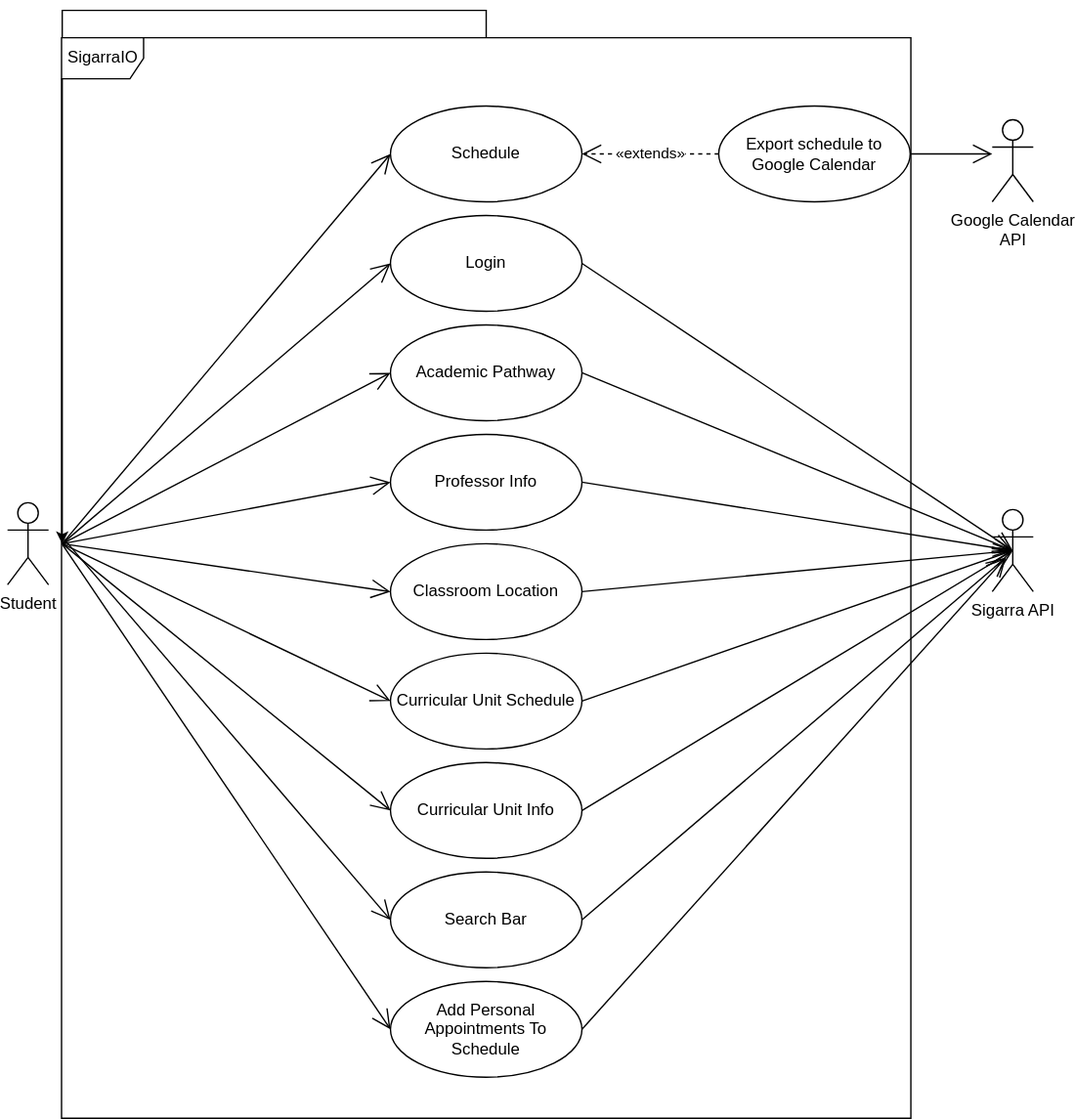
The draw.io diagram docs/diagrams/use-case2.svg in LEIC-ES-2021-22/2LEIC15T1, before a commit. Source tidied: cells renumbered, new cells last; positions are measured from the earlier drawing's top-left corner, leaving out a move shared by most shapes. The source it was exported from:
```xml
<mxGraphModel>
  <root>
    <mxCell id="0" />
    <mxCell id="1" parent="0" />
    <mxCell id="2" style="edgeStyle=orthogonalEdgeStyle;rounded=0;jettySize=auto;html=1;" parent="1" edge="1" source="3">
      <mxGeometry relative="1" as="geometry">
        <mxPoint x="40" y="370" as="targetPoint" />
      </mxGeometry>
    </mxCell>
    <mxCell id="3" value="SigarraIO" style="shape=umlFrame;whiteSpace=wrap;html=1;width=60;height=30;" parent="1" vertex="1">
      <mxGeometry x="39.5" width="621" height="790" as="geometry" />
    </mxCell>
    <mxCell id="4" value="Student&lt;br&gt;" style="shape=umlActor;verticalLabelPosition=bottom;verticalAlign=top;html=1;" parent="1" vertex="1">
      <mxGeometry y="340" width="30" height="60" as="geometry" />
    </mxCell>
    <mxCell id="5" value="Login" style="ellipse;whiteSpace=wrap;html=1;" parent="1" vertex="1">
      <mxGeometry x="280" y="130" width="140" height="70" as="geometry" />
    </mxCell>
    <mxCell id="6" value="Schedule" style="ellipse;whiteSpace=wrap;html=1;" parent="1" vertex="1">
      <mxGeometry x="280" y="50" width="140" height="70" as="geometry" />
    </mxCell>
    <mxCell id="7" value="Academic Pathway" style="ellipse;whiteSpace=wrap;html=1;" parent="1" vertex="1">
      <mxGeometry x="280" y="210" width="140" height="70" as="geometry" />
    </mxCell>
    <mxCell id="8" value="Professor Info" style="ellipse;whiteSpace=wrap;html=1;" parent="1" vertex="1">
      <mxGeometry x="280" y="290" width="140" height="70" as="geometry" />
    </mxCell>
    <mxCell id="9" value="Classroom Location" style="ellipse;whiteSpace=wrap;html=1;" parent="1" vertex="1">
      <mxGeometry x="280" y="370" width="140" height="70" as="geometry" />
    </mxCell>
    <mxCell id="10" value="Curricular Unit Schedule" style="ellipse;whiteSpace=wrap;html=1;" parent="1" vertex="1">
      <mxGeometry x="280" y="450" width="140" height="70" as="geometry" />
    </mxCell>
    <mxCell id="11" value="Curricular Unit Info" style="ellipse;whiteSpace=wrap;html=1;" parent="1" vertex="1">
      <mxGeometry x="280" y="530" width="140" height="70" as="geometry" />
    </mxCell>
    <mxCell id="12" value="Export schedule to Google Calendar" style="ellipse;whiteSpace=wrap;html=1;" parent="1" vertex="1">
      <mxGeometry x="520" y="50" width="140" height="70" as="geometry" />
    </mxCell>
    <mxCell id="13" value="Google Calendar&lt;br&gt;API&lt;br&gt;" style="shape=umlActor;verticalLabelPosition=bottom;verticalAlign=top;html=1;" parent="1" vertex="1">
      <mxGeometry x="720" y="60" width="30" height="60" as="geometry" />
    </mxCell>
    <mxCell id="14" value="Sigarra API" style="shape=umlActor;verticalLabelPosition=bottom;verticalAlign=top;html=1;" parent="1" vertex="1">
      <mxGeometry x="720" y="345" width="30" height="60" as="geometry" />
    </mxCell>
    <mxCell id="15" style="endArrow=open;endFill=1;endSize=12;html=1;rounded=0;entryX=0;entryY=0.5;entryDx=0;entryDy=0;" parent="1" edge="1" target="5">
      <mxGeometry relative="1" as="geometry">
        <mxPoint x="40" y="370" as="sourcePoint" />
      </mxGeometry>
    </mxCell>
    <mxCell id="16" style="endArrow=open;endFill=1;endSize=12;html=1;rounded=0;entryX=0;entryY=0.5;entryDx=0;entryDy=0;" parent="1" edge="1" target="6">
      <mxGeometry relative="1" as="geometry">
        <mxPoint x="40" y="370" as="sourcePoint" />
      </mxGeometry>
    </mxCell>
    <mxCell id="17" style="endArrow=open;endFill=1;endSize=12;html=1;rounded=0;entryX=0;entryY=0.5;entryDx=0;entryDy=0;" parent="1" edge="1" target="7">
      <mxGeometry relative="1" as="geometry">
        <mxPoint x="40" y="370" as="sourcePoint" />
      </mxGeometry>
    </mxCell>
    <mxCell id="18" style="endArrow=open;endFill=1;endSize=12;html=1;rounded=0;entryX=0;entryY=0.5;entryDx=0;entryDy=0;" parent="1" edge="1" target="8">
      <mxGeometry relative="1" as="geometry">
        <mxPoint x="40" y="370" as="sourcePoint" />
      </mxGeometry>
    </mxCell>
    <mxCell id="19" style="endArrow=open;endFill=1;endSize=12;html=1;rounded=0;entryX=0;entryY=0.5;entryDx=0;entryDy=0;" parent="1" edge="1" target="9">
      <mxGeometry relative="1" as="geometry">
        <mxPoint x="40" y="370" as="sourcePoint" />
      </mxGeometry>
    </mxCell>
    <mxCell id="20" style="endArrow=open;endFill=1;endSize=12;html=1;rounded=0;entryX=0;entryY=0.5;entryDx=0;entryDy=0;" parent="1" edge="1" target="10">
      <mxGeometry relative="1" as="geometry">
        <mxPoint x="40" y="370" as="sourcePoint" />
      </mxGeometry>
    </mxCell>
    <mxCell id="21" style="endArrow=open;endFill=1;endSize=12;html=1;rounded=0;entryX=0;entryY=0.5;entryDx=0;entryDy=0;" parent="1" edge="1" target="11">
      <mxGeometry relative="1" as="geometry">
        <mxPoint x="40" y="370" as="sourcePoint" />
      </mxGeometry>
    </mxCell>
    <mxCell id="22" style="endArrow=open;endFill=1;endSize=12;html=1;rounded=0;exitX=1;exitY=0.5;exitDx=0;exitDy=0;entryX=0.5;entryY=0.5;entryDx=0;entryDy=0;entryPerimeter=0;" parent="1" edge="1" source="8" target="14">
      <mxGeometry relative="1" as="geometry" />
    </mxCell>
    <mxCell id="23" style="endArrow=open;endFill=1;endSize=12;html=1;rounded=0;exitX=1;exitY=0.5;exitDx=0;exitDy=0;entryX=0.5;entryY=0.5;entryDx=0;entryDy=0;entryPerimeter=0;" parent="1" edge="1" source="9" target="14">
      <mxGeometry relative="1" as="geometry" />
    </mxCell>
    <mxCell id="24" style="endArrow=open;endFill=1;endSize=12;html=1;rounded=0;exitX=1;exitY=0.5;exitDx=0;exitDy=0;entryX=0.5;entryY=0.5;entryDx=0;entryDy=0;entryPerimeter=0;" parent="1" edge="1" source="10" target="14">
      <mxGeometry relative="1" as="geometry" />
    </mxCell>
    <mxCell id="25" style="endArrow=open;endFill=1;endSize=12;html=1;rounded=0;exitX=1;exitY=0.5;exitDx=0;exitDy=0;entryX=0.5;entryY=0.5;entryDx=0;entryDy=0;entryPerimeter=0;" parent="1" edge="1" source="11" target="14">
      <mxGeometry relative="1" as="geometry" />
    </mxCell>
    <mxCell id="26" style="endArrow=open;endFill=1;endSize=12;html=1;rounded=0;exitX=1;exitY=0.5;exitDx=0;exitDy=0;entryX=0.5;entryY=0.5;entryDx=0;entryDy=0;entryPerimeter=0;" parent="1" edge="1" source="7" target="14">
      <mxGeometry relative="1" as="geometry" />
    </mxCell>
    <mxCell id="27" style="endArrow=open;endFill=1;endSize=12;html=1;rounded=0;exitX=1;exitY=0.5;exitDx=0;exitDy=0;entryX=0.5;entryY=0.5;entryDx=0;entryDy=0;entryPerimeter=0;" parent="1" edge="1" source="5" target="14">
      <mxGeometry relative="1" as="geometry" />
    </mxCell>
    <mxCell id="28" style="endArrow=open;endFill=1;endSize=12;html=1;rounded=0;exitX=1;exitY=0.5;exitDx=0;exitDy=0;" parent="1" edge="1" source="12">
      <mxGeometry relative="1" as="geometry">
        <mxPoint x="720" y="85" as="targetPoint" />
      </mxGeometry>
    </mxCell>
    <mxCell id="29" value="«extends»" style="endArrow=open;endSize=12;dashed=1;html=1;rounded=0;entryX=1;entryY=0.5;entryDx=0;entryDy=0;exitX=0;exitY=0.5;exitDx=0;exitDy=0;" parent="1" edge="1" source="12" target="6">
      <mxGeometry relative="1" as="geometry" />
    </mxCell>
    <mxCell id="30" style="endArrow=open;endFill=1;endSize=12;html=1;rounded=0;entryX=0;entryY=0.5;entryDx=0;entryDy=0;exitX=0.003;exitY=0.464;exitDx=0;exitDy=0;exitPerimeter=0;" parent="1" edge="1" source="3" target="32">
      <mxGeometry relative="1" as="geometry" />
    </mxCell>
    <mxCell id="31" style="endArrow=open;endFill=1;endSize=12;html=1;rounded=0;entryX=0;entryY=0.5;entryDx=0;entryDy=0;exitX=0.001;exitY=0.469;exitDx=0;exitDy=0;exitPerimeter=0;" parent="1" edge="1" source="3" target="33">
      <mxGeometry relative="1" as="geometry" />
    </mxCell>
    <mxCell id="32" value="Search Bar" style="ellipse;whiteSpace=wrap;html=1;" parent="1" vertex="1">
      <mxGeometry x="280" y="610" width="140" height="70" as="geometry" />
    </mxCell>
    <mxCell id="33" value="Add Personal Appointments To Schedule" style="ellipse;whiteSpace=wrap;html=1;" parent="1" vertex="1">
      <mxGeometry x="280" y="690" width="140" height="70" as="geometry" />
    </mxCell>
    <mxCell id="34" style="endArrow=open;endFill=1;endSize=12;html=1;rounded=0;exitX=1;exitY=0.5;exitDx=0;exitDy=0;" parent="1" edge="1" source="32">
      <mxGeometry relative="1" as="geometry">
        <mxPoint x="730" y="380" as="targetPoint" />
      </mxGeometry>
    </mxCell>
    <mxCell id="35" style="endArrow=open;endFill=1;endSize=12;html=1;rounded=0;exitX=1;exitY=0.5;exitDx=0;exitDy=0;" parent="1" edge="1" source="33">
      <mxGeometry relative="1" as="geometry">
        <mxPoint x="730" y="380" as="targetPoint" />
      </mxGeometry>
    </mxCell>
  </root>
</mxGraphModel>
```
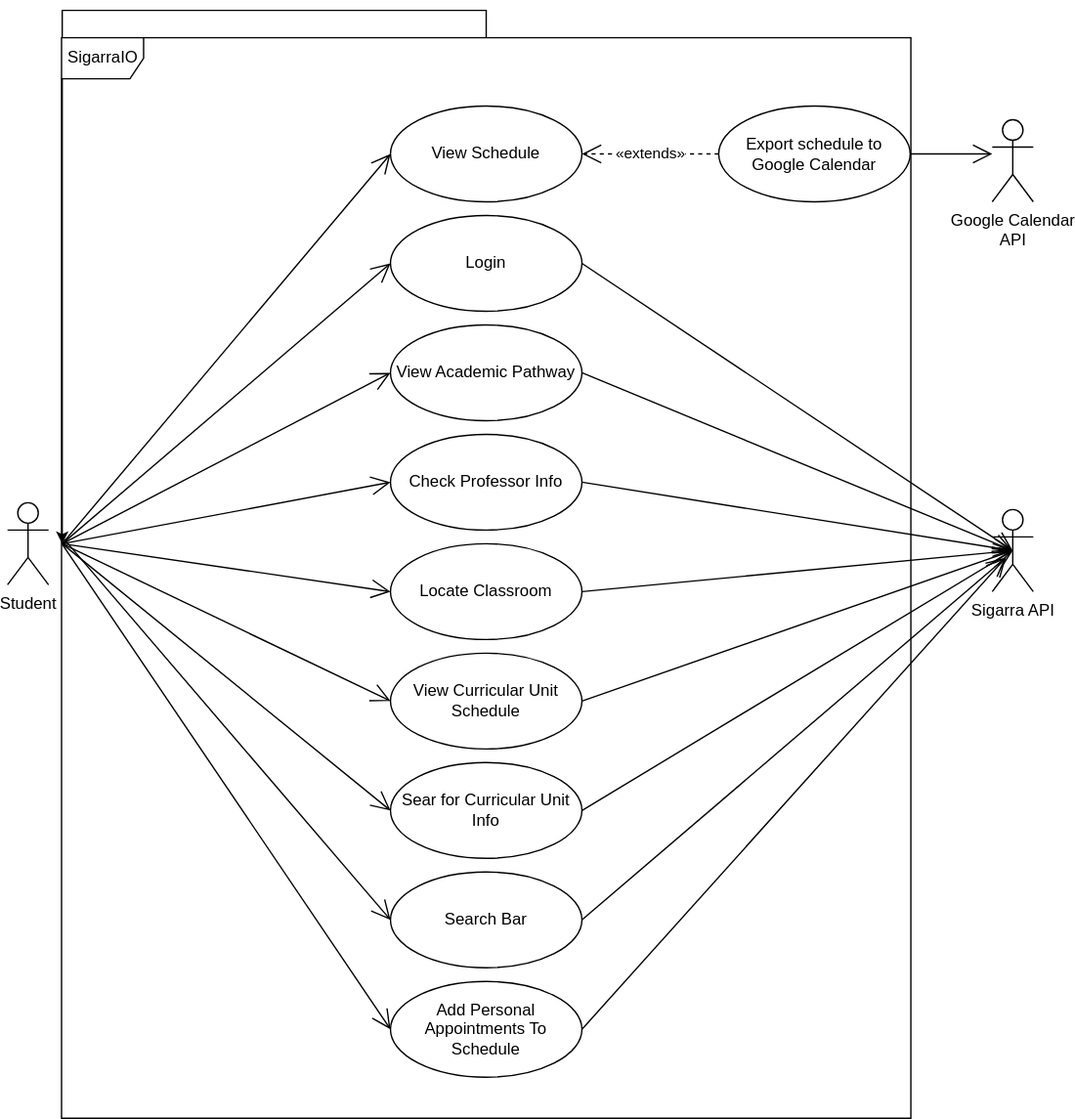
The same file after the commit.

Diff of the diagram source:
```diff
@@ -16,22 +16,22 @@
     <mxCell id="5" value="Login" style="ellipse;whiteSpace=wrap;html=1;" parent="1" vertex="1">
       <mxGeometry x="280" y="130" width="140" height="70" as="geometry" />
     </mxCell>
-    <mxCell id="6" value="Schedule" style="ellipse;whiteSpace=wrap;html=1;" parent="1" vertex="1">
+    <mxCell id="6" value="View Schedule" style="ellipse;whiteSpace=wrap;html=1;" parent="1" vertex="1">
       <mxGeometry x="280" y="50" width="140" height="70" as="geometry" />
     </mxCell>
-    <mxCell id="7" value="Academic Pathway" style="ellipse;whiteSpace=wrap;html=1;" parent="1" vertex="1">
+    <mxCell id="7" value="View Academic Pathway" style="ellipse;whiteSpace=wrap;html=1;" parent="1" vertex="1">
       <mxGeometry x="280" y="210" width="140" height="70" as="geometry" />
     </mxCell>
-    <mxCell id="8" value="Professor Info" style="ellipse;whiteSpace=wrap;html=1;" parent="1" vertex="1">
+    <mxCell id="8" value="Check Professor Info" style="ellipse;whiteSpace=wrap;html=1;" parent="1" vertex="1">
       <mxGeometry x="280" y="290" width="140" height="70" as="geometry" />
     </mxCell>
-    <mxCell id="9" value="Classroom Location" style="ellipse;whiteSpace=wrap;html=1;" parent="1" vertex="1">
+    <mxCell id="9" value="Locate Classroom" style="ellipse;whiteSpace=wrap;html=1;" parent="1" vertex="1">
       <mxGeometry x="280" y="370" width="140" height="70" as="geometry" />
     </mxCell>
-    <mxCell id="10" value="Curricular Unit Schedule" style="ellipse;whiteSpace=wrap;html=1;" parent="1" vertex="1">
+    <mxCell id="10" value="View Curricular Unit Schedule" style="ellipse;whiteSpace=wrap;html=1;" parent="1" vertex="1">
       <mxGeometry x="280" y="450" width="140" height="70" as="geometry" />
     </mxCell>
-    <mxCell id="11" value="Curricular Unit Info" style="ellipse;whiteSpace=wrap;html=1;" parent="1" vertex="1">
+    <mxCell id="11" value="Sear for Curricular Unit Info" style="ellipse;whiteSpace=wrap;html=1;" parent="1" vertex="1">
       <mxGeometry x="280" y="530" width="140" height="70" as="geometry" />
     </mxCell>
     <mxCell id="12" value="Export schedule to Google Calendar" style="ellipse;whiteSpace=wrap;html=1;" parent="1" vertex="1">
```
